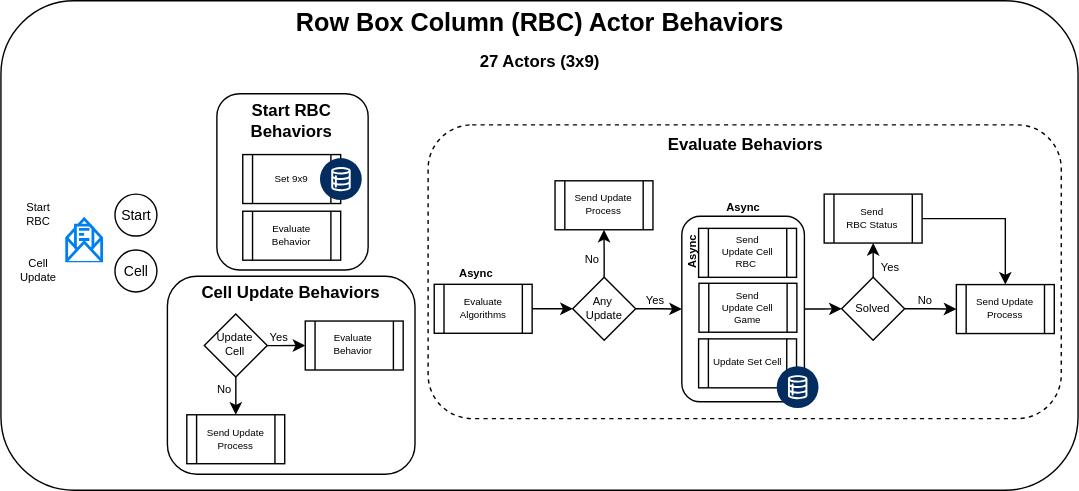
The draw.io diagram docs/RBCActor.svg in sunlao/py_sudoku_solver, before a commit. Source tidied: cells renumbered, new cells last; positions are measured from the earlier drawing's top-left corner, leaving out a move shared by most shapes.
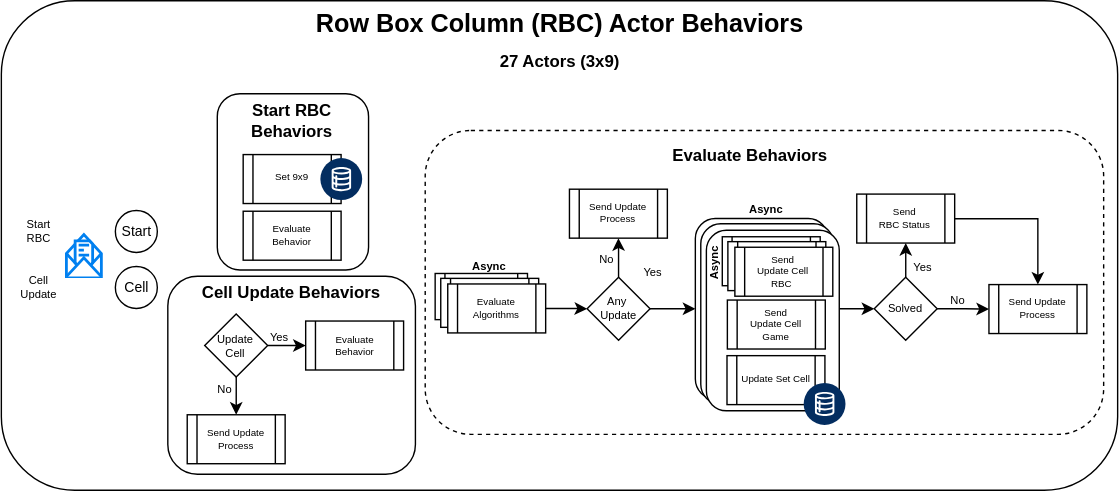
Above is the later version.

Diff of the diagram source:
```diff
@@ -3,87 +3,79 @@
     <mxCell id="0" />
     <mxCell id="1" parent="0" />
     <mxCell id="2" style="rounded=1;whiteSpace=wrap;html=1;" parent="1" vertex="1">
-      <mxGeometry width="770" height="350" as="geometry" />
+      <mxGeometry width="798" height="350" as="geometry" />
     </mxCell>
+    <mxCell id="4" style="rounded=1;whiteSpace=wrap;html=1;dashed=1;" parent="1" vertex="1">
+      <mxGeometry x="303" y="92.8" width="485" height="217.2" as="geometry" />
+    </mxCell>
+    <mxCell id="51" style="edgeStyle=orthogonalEdgeStyle;rounded=0;jettySize=auto;html=1;entryX=0;entryY=0.5;entryDx=0;entryDy=0;" parent="1" edge="1" source="52" target="48">
+      <mxGeometry relative="1" as="geometry" />
+    </mxCell>
+    <mxCell id="52" style="rounded=1;whiteSpace=wrap;html=1;" parent="1" vertex="1">
+      <mxGeometry x="496.1" y="155.8" width="95" height="129" as="geometry" />
+    </mxCell>
+    <mxCell id="53" style="rounded=1;whiteSpace=wrap;html=1;" parent="1" vertex="1">
+      <mxGeometry x="500" y="159.5" width="95" height="129" as="geometry" />
+    </mxCell>
     <mxCell id="3" style="rounded=1;whiteSpace=wrap;html=1;" parent="1" vertex="1">
       <mxGeometry x="154.4" y="66.5" width="108.1" height="126" as="geometry" />
     </mxCell>
-    <mxCell id="4" style="rounded=1;whiteSpace=wrap;html=1;dashed=1;" parent="1" vertex="1">
-      <mxGeometry x="305.4" y="88.8" width="452.6" height="210" as="geometry" />
-    </mxCell>
-    <mxCell id="5" style="edgeStyle=orthogonalEdgeStyle;rounded=0;jettySize=auto;html=1;" parent="1" edge="1" source="6" target="48">
-      <mxGeometry relative="1" as="geometry" />
-    </mxCell>
     <mxCell id="6" style="rounded=1;whiteSpace=wrap;html=1;" parent="1" vertex="1">
-      <mxGeometry x="486.7" y="154.1" width="87.6" height="132.6" as="geometry" />
+      <mxGeometry x="504" y="164.1" width="95" height="129" as="geometry" />
     </mxCell>
     <mxCell id="7" value="Start" style="ellipse;whiteSpace=wrap;html=1;fontSize=10;" parent="1" vertex="1">
-      <mxGeometry x="81.5" y="138.2" width="30" height="30" as="geometry" />
+      <mxGeometry x="81.5" y="150" width="30" height="30" as="geometry" />
     </mxCell>
     <mxCell id="8" style="html=1;verticalLabelPosition=bottom;align=center;labelBackgroundColor=#ffffff;verticalAlign=top;strokeWidth=2;strokeColor=#0080F0;shadow=0;dashed=0;shape=mxgraph.ios7.icons.envelope_(message);" parent="1" vertex="1">
-      <mxGeometry x="47" y="156" width="25" height="30" as="geometry" />
+      <mxGeometry x="47" y="167.8" width="25" height="30" as="geometry" />
     </mxCell>
     <mxCell id="9" value="&lt;div&gt;Start RBC&lt;/div&gt;" style="text;html=1;whiteSpace=wrap;strokeColor=none;fillColor=none;align=center;verticalAlign=middle;rounded=0;fontSize=8;" parent="1" vertex="1">
-      <mxGeometry x="12" y="138.2" width="30" height="30" as="geometry" />
+      <mxGeometry x="12" y="150" width="30" height="30" as="geometry" />
     </mxCell>
     <mxCell id="10" value="Cell" style="ellipse;whiteSpace=wrap;html=1;fontSize=10;" parent="1" vertex="1">
-      <mxGeometry x="81.5" y="178.2" width="30" height="30" as="geometry" />
+      <mxGeometry x="81.5" y="190" width="30" height="30" as="geometry" />
     </mxCell>
     <mxCell id="11" value="Cell Update" style="text;html=1;whiteSpace=wrap;strokeColor=none;fillColor=none;align=center;verticalAlign=middle;rounded=0;fontSize=8;" parent="1" vertex="1">
-      <mxGeometry x="12" y="178.2" width="30" height="30" as="geometry" />
+      <mxGeometry x="12" y="190" width="30" height="30" as="geometry" />
     </mxCell>
     <mxCell id="12" value="Set 9x9" style="shape=process;whiteSpace=wrap;html=1;backgroundOutline=1;fontSize=7;" parent="1" vertex="1">
       <mxGeometry x="172.9" y="110" width="70" height="35" as="geometry" />
     </mxCell>
     <mxCell id="13" value="Evaluate Behaviors" style="text;html=1;whiteSpace=wrap;strokeColor=none;fillColor=none;align=center;verticalAlign=middle;rounded=0;fontStyle=1;" parent="1" vertex="1">
-      <mxGeometry x="305" y="87.8" width="455" height="30" as="geometry" />
+      <mxGeometry x="303" y="95.8" width="465" height="30" as="geometry" />
     </mxCell>
-    <mxCell id="14" style="edgeStyle=orthogonalEdgeStyle;rounded=0;jettySize=auto;html=1;entryX=0;entryY=0.5;entryDx=0;entryDy=0;" parent="1" edge="1" target="21">
-      <mxGeometry relative="1" as="geometry">
-        <mxPoint x="373.7" y="220.2" as="sourcePoint" />
-      </mxGeometry>
-    </mxCell>
-    <mxCell id="15" value="Evaluate&lt;div&gt;Algorithms&lt;/div&gt;" style="shape=process;whiteSpace=wrap;html=1;backgroundOutline=1;fontSize=7;" parent="1" vertex="1">
-      <mxGeometry x="309.7" y="202.8" width="70" height="35" as="geometry" />
-    </mxCell>
-    <mxCell id="16" value="Async" style="text;html=1;whiteSpace=wrap;strokeColor=none;fillColor=none;align=center;verticalAlign=middle;rounded=0;fontSize=8;fontStyle=1;" parent="1" vertex="1">
-      <mxGeometry x="329.6" y="188.8" width="20" height="12.5" as="geometry" />
-    </mxCell>
-    <mxCell id="17" value="Send &lt;br&gt;Update Cell RBC&amp;nbsp;" style="shape=process;whiteSpace=wrap;html=1;backgroundOutline=1;fontSize=7;" parent="1" vertex="1">
-      <mxGeometry x="498.7" y="162.8" width="70" height="35" as="geometry" />
-    </mxCell>
     <mxCell id="18" value="Async" style="text;html=1;whiteSpace=wrap;strokeColor=none;fillColor=none;align=center;verticalAlign=middle;rounded=0;fontSize=8;fontStyle=1;" parent="1" vertex="1">
-      <mxGeometry x="520.7" y="141.2" width="20" height="12.5" as="geometry" />
+      <mxGeometry x="536.7" y="142.2" width="20" height="12.5" as="geometry" />
     </mxCell>
-    <mxCell id="19" style="edgeStyle=orthogonalEdgeStyle;rounded=0;jettySize=auto;html=1;entryX=0;entryY=0.5;entryDx=0;entryDy=0;" parent="1" edge="1" source="21" target="6">
-      <mxGeometry relative="1" as="geometry" />
-    </mxCell>
     <mxCell id="20" style="edgeStyle=orthogonalEdgeStyle;rounded=0;jettySize=auto;html=1;" parent="1" edge="1" source="21" target="25">
       <mxGeometry relative="1" as="geometry" />
     </mxCell>
+    <mxCell id="54" style="edgeStyle=orthogonalEdgeStyle;rounded=0;jettySize=auto;html=1;entryX=0;entryY=0.5;entryDx=0;entryDy=0;" parent="1" edge="1" source="21" target="52">
+      <mxGeometry relative="1" as="geometry" />
+    </mxCell>
     <mxCell id="21" value="Any&amp;nbsp;&lt;div&gt;Update&lt;/div&gt;" style="rhombus;whiteSpace=wrap;html=1;fontSize=8;" parent="1" vertex="1">
-      <mxGeometry x="408.7" y="197.8" width="45" height="45" as="geometry" />
+      <mxGeometry x="418.7" y="197.8" width="45" height="45" as="geometry" />
     </mxCell>
     <mxCell id="22" value="Send&lt;br&gt;Update Cell Game" style="shape=process;whiteSpace=wrap;html=1;backgroundOutline=1;fontSize=7;" parent="1" vertex="1">
-      <mxGeometry x="499" y="202" width="70" height="35" as="geometry" />
+      <mxGeometry x="519" y="214" width="70" height="35" as="geometry" />
     </mxCell>
     <mxCell id="23" value="Async" style="text;html=1;whiteSpace=wrap;strokeColor=none;fillColor=none;align=center;verticalAlign=middle;rounded=0;fontSize=8;fontStyle=1;horizontal=0;" parent="1" vertex="1">
-      <mxGeometry x="484.1" y="173.8" width="20" height="12.5" as="geometry" />
+      <mxGeometry x="500.1" y="181.8" width="20" height="12.5" as="geometry" />
     </mxCell>
     <mxCell id="24" value="Update Set Cell" style="shape=process;whiteSpace=wrap;html=1;backgroundOutline=1;fontSize=7;" parent="1" vertex="1">
-      <mxGeometry x="498.7" y="241.8" width="70" height="35" as="geometry" />
+      <mxGeometry x="518.7" y="253.8" width="70" height="35" as="geometry" />
     </mxCell>
     <mxCell id="25" value="Send Update Process" style="shape=process;whiteSpace=wrap;html=1;backgroundOutline=1;fontSize=7;" parent="1" vertex="1">
-      <mxGeometry x="396.1" y="128.8" width="70" height="35" as="geometry" />
+      <mxGeometry x="406.1" y="134.8" width="70" height="35" as="geometry" />
     </mxCell>
     <mxCell id="26" style="verticalLabelPosition=bottom;html=1;shape=mxgraph.salesforce.data2;fillColorStyles=fillColor2,fillColor3;fillColor2=#032d60;fillColor3=#ffffff;fillColor=none;strokeColor=none;" parent="1" vertex="1">
-      <mxGeometry x="554.5" y="261.2" width="30" height="30" as="geometry" />
+      <mxGeometry x="573.5" y="273.2" width="30" height="30" as="geometry" />
     </mxCell>
     <mxCell id="27" value="Yes" style="text;html=1;whiteSpace=wrap;strokeColor=none;fillColor=none;align=center;verticalAlign=middle;rounded=0;fontSize=8;" parent="1" vertex="1">
-      <mxGeometry x="457.7" y="207.5" width="20" height="12.5" as="geometry" />
+      <mxGeometry x="456.1" y="187.5" width="20" height="12.5" as="geometry" />
     </mxCell>
     <mxCell id="28" value="No" style="text;html=1;whiteSpace=wrap;strokeColor=none;fillColor=none;align=center;verticalAlign=middle;rounded=0;fontSize=8;" parent="1" vertex="1">
-      <mxGeometry x="412.7" y="178.8" width="20" height="12.5" as="geometry" />
+      <mxGeometry x="422.7" y="178.8" width="20" height="12.5" as="geometry" />
     </mxCell>
     <mxCell id="29" value="Evaluate Behavior" style="shape=process;whiteSpace=wrap;html=1;backgroundOutline=1;fontSize=7;" parent="1" vertex="1">
       <mxGeometry x="172.9" y="150.5" width="70" height="35" as="geometry" />
@@ -120,10 +112,10 @@
       <mxGeometry x="121" y="194" width="173" height="30" as="geometry" />
     </mxCell>
     <mxCell id="39" value="Row Box Column (RBC) Actor Behaviors" style="text;html=1;whiteSpace=wrap;strokeColor=none;fillColor=none;align=center;verticalAlign=middle;rounded=0;fontStyle=1;fontSize=18;" parent="1" vertex="1">
-      <mxGeometry x="1" y="3" width="769" height="27" as="geometry" />
+      <mxGeometry x="1" y="3" width="797" height="27" as="geometry" />
     </mxCell>
     <mxCell id="40" value="27 Actors (3x9)" style="text;html=1;whiteSpace=wrap;strokeColor=none;fillColor=none;align=center;verticalAlign=middle;rounded=0;fontStyle=1;fontSize=12;" parent="1" vertex="1">
-      <mxGeometry x="1" y="30" width="769" height="27" as="geometry" />
+      <mxGeometry x="1" y="30" width="797" height="27" as="geometry" />
     </mxCell>
     <mxCell id="41" style="verticalLabelPosition=bottom;html=1;shape=mxgraph.salesforce.data2;fillColorStyles=fillColor2,fillColor3;fillColor2=#032d60;fillColor3=#ffffff;fillColor=none;strokeColor=none;" parent="1" vertex="1">
       <mxGeometry x="228" y="112.5" width="30" height="30" as="geometry" />
@@ -132,13 +124,13 @@
       <mxGeometry x="132.9" y="296" width="70" height="35" as="geometry" />
     </mxCell>
     <mxCell id="43" value="Send Update Process" style="shape=process;whiteSpace=wrap;html=1;backgroundOutline=1;fontSize=7;" parent="1" vertex="1">
-      <mxGeometry x="683" y="202.9" width="70" height="35" as="geometry" />
+      <mxGeometry x="706" y="202.9" width="70" height="35" as="geometry" />
     </mxCell>
     <mxCell id="44" style="edgeStyle=orthogonalEdgeStyle;rounded=0;jettySize=auto;html=1;" parent="1" edge="1" source="45" target="43">
       <mxGeometry relative="1" as="geometry" />
     </mxCell>
     <mxCell id="45" value="Send&lt;br&gt;RBC Status" style="shape=process;whiteSpace=wrap;html=1;backgroundOutline=1;fontSize=7;" parent="1" vertex="1">
-      <mxGeometry x="588.5" y="138.2" width="70" height="35" as="geometry" />
+      <mxGeometry x="611.5" y="138.2" width="70" height="35" as="geometry" />
     </mxCell>
     <mxCell id="46" style="edgeStyle=orthogonalEdgeStyle;rounded=0;jettySize=auto;html=1;entryX=0;entryY=0.5;entryDx=0;entryDy=0;" parent="1" edge="1" source="48" target="43">
       <mxGeometry relative="1" as="geometry" />
@@ -147,13 +139,37 @@
       <mxGeometry relative="1" as="geometry" />
     </mxCell>
     <mxCell id="48" value="Solved" style="rhombus;whiteSpace=wrap;html=1;fontSize=8;" parent="1" vertex="1">
-      <mxGeometry x="601" y="197.8" width="45" height="45" as="geometry" />
+      <mxGeometry x="624" y="197.8" width="45" height="45" as="geometry" />
     </mxCell>
     <mxCell id="49" value="No" style="text;html=1;whiteSpace=wrap;strokeColor=none;fillColor=none;align=center;verticalAlign=middle;rounded=0;fontSize=8;" parent="1" vertex="1">
-      <mxGeometry x="651" y="207.5" width="20" height="12.5" as="geometry" />
+      <mxGeometry x="674" y="207.5" width="20" height="12.5" as="geometry" />
     </mxCell>
     <mxCell id="50" value="Yes" style="text;html=1;whiteSpace=wrap;strokeColor=none;fillColor=none;align=center;verticalAlign=middle;rounded=0;fontSize=8;" parent="1" vertex="1">
-      <mxGeometry x="626" y="184.5" width="20" height="12.5" as="geometry" />
+      <mxGeometry x="649" y="184.5" width="20" height="12.5" as="geometry" />
     </mxCell>
+    <mxCell id="16" value="Async" style="text;html=1;whiteSpace=wrap;strokeColor=none;fillColor=none;align=center;verticalAlign=middle;rounded=0;fontSize=8;fontStyle=1;" parent="1" vertex="1">
+      <mxGeometry x="339.1" y="183.2" width="20" height="12.5" as="geometry" />
+    </mxCell>
+    <mxCell id="55" style="shape=process;whiteSpace=wrap;html=1;backgroundOutline=1;fontSize=7;" parent="1" vertex="1">
+      <mxGeometry x="310.1" y="195" width="66" height="33" as="geometry" />
+    </mxCell>
+    <mxCell id="56" style="shape=process;whiteSpace=wrap;html=1;backgroundOutline=1;fontSize=7;" parent="1" vertex="1">
+      <mxGeometry x="314.1" y="198.5" width="70" height="35" as="geometry" />
+    </mxCell>
+    <mxCell id="57" style="edgeStyle=orthogonalEdgeStyle;rounded=0;jettySize=auto;html=1;entryX=0;entryY=0.5;entryDx=0;entryDy=0;" parent="1" edge="1" source="15" target="21">
+      <mxGeometry relative="1" as="geometry" />
+    </mxCell>
+    <mxCell id="15" value="Evaluate&lt;div&gt;Algorithms&lt;/div&gt;" style="shape=process;whiteSpace=wrap;html=1;backgroundOutline=1;fontSize=7;" parent="1" vertex="1">
+      <mxGeometry x="319.1" y="202.5" width="70" height="35" as="geometry" />
+    </mxCell>
+    <mxCell id="58" style="shape=process;whiteSpace=wrap;html=1;backgroundOutline=1;fontSize=7;" parent="1" vertex="1">
+      <mxGeometry x="515.4" y="168.8" width="70" height="35" as="geometry" />
+    </mxCell>
+    <mxCell id="59" style="shape=process;whiteSpace=wrap;html=1;backgroundOutline=1;fontSize=7;" parent="1" vertex="1">
+      <mxGeometry x="519.4" y="172.2" width="70" height="35" as="geometry" />
+    </mxCell>
+    <mxCell id="17" value="Send&lt;br&gt;Update Cell RBC&amp;nbsp;" style="shape=process;whiteSpace=wrap;html=1;backgroundOutline=1;fontSize=7;" parent="1" vertex="1">
+      <mxGeometry x="524.4" y="176.2" width="70" height="35" as="geometry" />
+    </mxCell>
   </root>
 </mxGraphModel>
```
